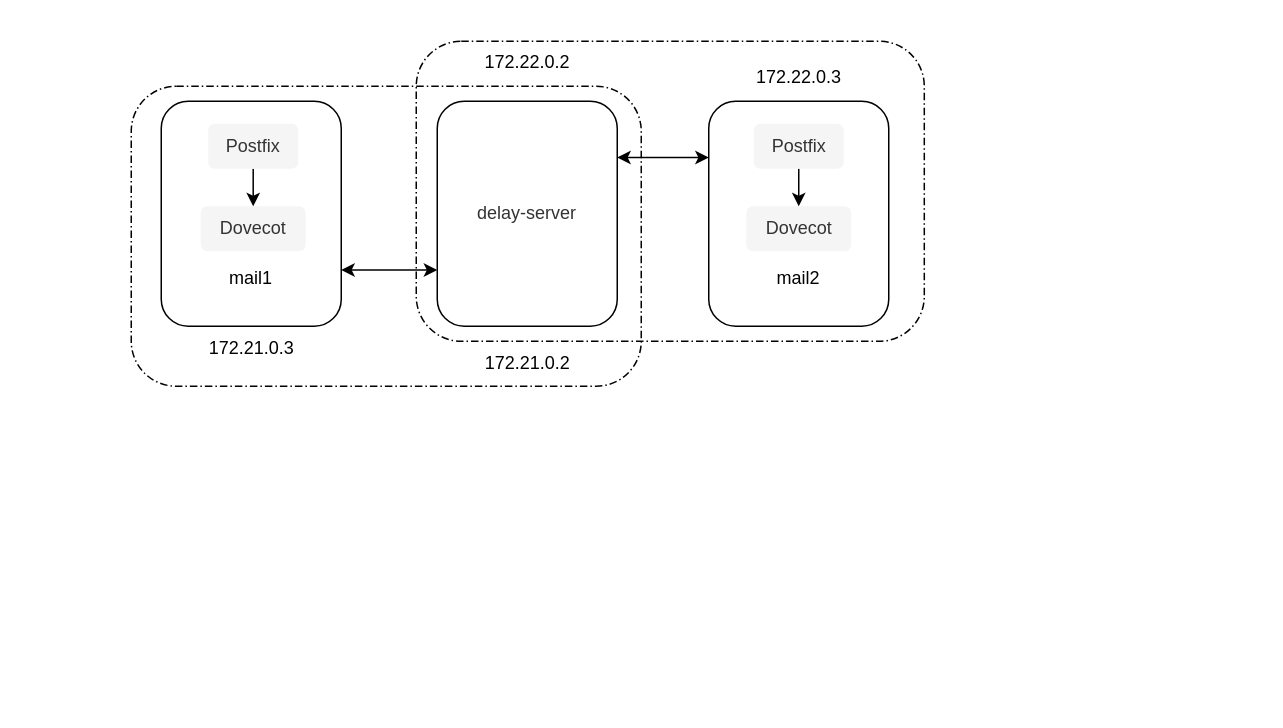
Before: .assets/email-emulator.drawio in pandeng65536/Modern-Delay-Tolerant-Email, a draw.io diagram. Source tidied: cells renumbered, new cells numbered last; positions are measured from the earlier drawing's top-left corner, leaving out a move shared by most shapes. Both pictures are drawn from the tidied source at 150%, with x=0, y=0 at pixel (130, 40).
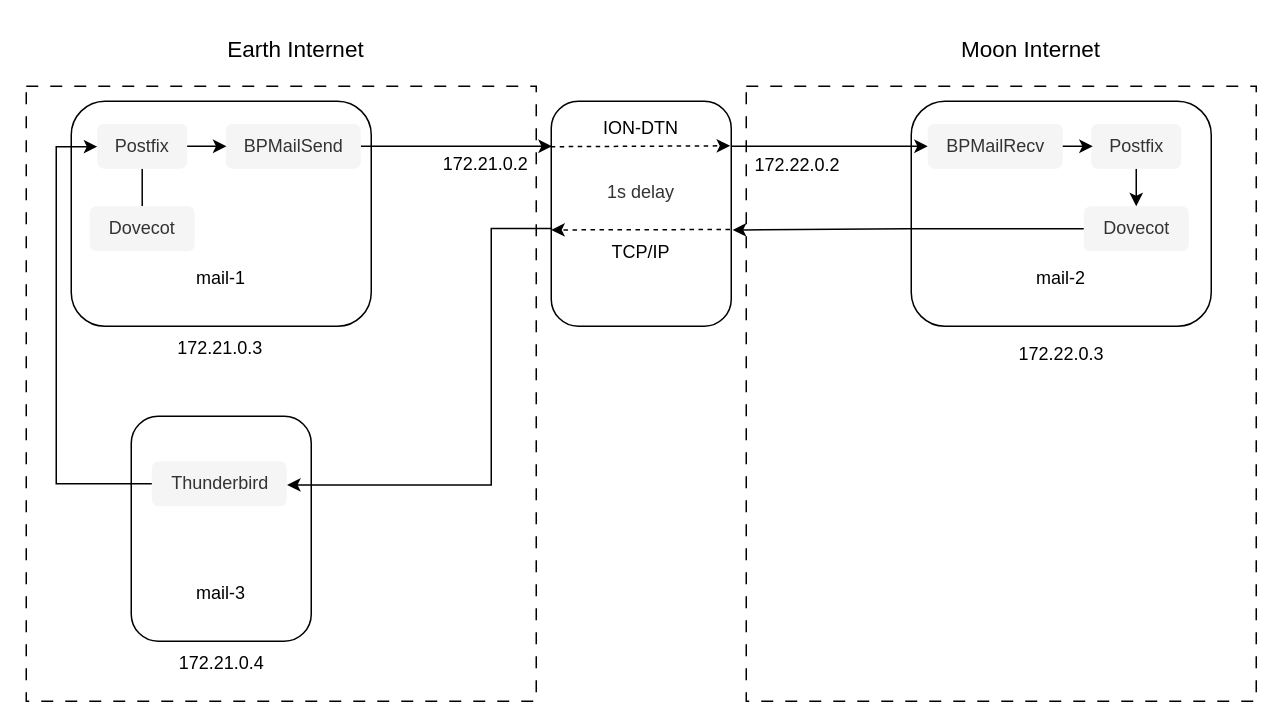
The same page after the edit.

The edit, as a diff of the source:
```diff
@@
-    <mxCell id="2" style="rounded=1;dashed=1;dashPattern=5 2 1 2;labelPosition=center;verticalLabelPosition=middle;align=center;verticalAlign=middle;fontSize=8;html=1;whiteSpace=wrap;fillColor=none;" parent="1" vertex="1">
-      <mxGeometry x="190" width="338.7" height="200" as="geometry" />
-    </mxCell>
+    <mxCell id="19" style="rounded=0;whiteSpace=wrap;html=1;dashed=1;dashPattern=8 8;" parent="1" vertex="1">
+      <mxGeometry x="410" y="30" width="340" height="410" as="geometry" />
+    </mxCell>
+    <mxCell id="20" style="rounded=0;whiteSpace=wrap;html=1;dashed=1;dashPattern=8 8;" parent="1" vertex="1">
+      <mxGeometry x="-70" y="30" width="340" height="410" as="geometry" />
+    </mxCell>
-    <mxCell id="3" value="&lt;div&gt;&lt;br&gt;&lt;/div&gt;&lt;div&gt;&lt;br&gt;&lt;/div&gt;&lt;div&gt;&lt;br&gt;&lt;/div&gt;&lt;div&gt;&lt;br&gt;&lt;/div&gt;&lt;div&gt;&lt;br&gt;&lt;/div&gt;&lt;div&gt;&lt;br&gt;&lt;/div&gt;&lt;div&gt;mail2&lt;/div&gt;" style="rounded=1;whiteSpace=wrap;html=1;" parent="1" vertex="1">
-      <mxGeometry x="385" y="40" width="120" height="150" as="geometry" />
+    <mxCell id="3" value="&lt;div&gt;&lt;br&gt;&lt;/div&gt;&lt;div&gt;&lt;br&gt;&lt;/div&gt;&lt;div&gt;&lt;br&gt;&lt;/div&gt;&lt;div&gt;&lt;br&gt;&lt;/div&gt;&lt;div&gt;&lt;br&gt;&lt;/div&gt;&lt;div&gt;&lt;br&gt;&lt;/div&gt;&lt;div&gt;mail-2&lt;/div&gt;" style="rounded=1;whiteSpace=wrap;html=1;" parent="1" vertex="1">
+      <mxGeometry x="520" y="40" width="200" height="150" as="geometry" />
     </mxCell>
-    <mxCell id="4" style="rounded=1;dashed=1;dashPattern=5 2 1 2;labelPosition=center;verticalLabelPosition=middle;align=center;verticalAlign=middle;fontSize=8;html=1;whiteSpace=wrap;fillColor=none;" parent="1" vertex="1">
-      <mxGeometry y="30" width="340" height="200" as="geometry" />
-    </mxCell>
-    <mxCell id="5" style="edgeStyle=orthogonalEdgeStyle;rounded=0;jettySize=auto;html=1;exitX=1;exitY=0.75;exitDx=0;exitDy=0;entryX=0;entryY=0.75;entryDx=0;entryDy=0;startArrow=classic;startFill=1;" parent="1" edge="1" source="6" target="14">
-      <mxGeometry relative="1" as="geometry" />
-    </mxCell>
-    <mxCell id="6" value="&lt;div&gt;&lt;br&gt;&lt;/div&gt;&lt;div&gt;&lt;br&gt;&lt;/div&gt;&lt;div&gt;&lt;br&gt;&lt;/div&gt;&lt;div&gt;&lt;br&gt;&lt;/div&gt;&lt;div&gt;&lt;br&gt;&lt;/div&gt;&lt;div&gt;&lt;br&gt;&lt;/div&gt;&lt;div&gt;mail1&lt;/div&gt;" style="rounded=1;whiteSpace=wrap;html=1;" parent="1" vertex="1">
-      <mxGeometry x="20" y="40" width="120" height="150" as="geometry" />
+    <mxCell id="6" value="&lt;div&gt;&lt;br&gt;&lt;/div&gt;&lt;div&gt;&lt;br&gt;&lt;/div&gt;&lt;div&gt;&lt;br&gt;&lt;/div&gt;&lt;div&gt;&lt;br&gt;&lt;/div&gt;&lt;div&gt;&lt;br&gt;&lt;/div&gt;&lt;div&gt;&lt;br&gt;&lt;/div&gt;&lt;div&gt;mail-1&lt;/div&gt;" style="rounded=1;whiteSpace=wrap;html=1;" parent="1" vertex="1">
+      <mxGeometry x="-40" y="40" width="200" height="150" as="geometry" />
     </mxCell>
+    <mxCell id="21" style="edgeStyle=orthogonalEdgeStyle;rounded=0;jettySize=auto;html=1;endArrow=none;endFill=0;" parent="1" edge="1" source="7" target="9">
+      <mxGeometry relative="1" as="geometry" />
+    </mxCell>
     <mxCell id="7" value="Dovecot" style="text;html=1;align=center;verticalAlign=middle;points=[];strokeColor=none;fillColor=#f5f5f5;fontColor=#333333;rounded=1;" parent="1" vertex="1">
-      <mxGeometry x="46.3" y="110" width="70" height="30" as="geometry" />
+      <mxGeometry x="-27.7" y="110" width="70" height="30" as="geometry" />
     </mxCell>
-    <mxCell id="8" style="edgeStyle=orthogonalEdgeStyle;rounded=0;jettySize=auto;html=1;" parent="1" edge="1" source="9" target="7">
-      <mxGeometry relative="1" as="geometry" />
-    </mxCell>
     <mxCell id="9" value="&lt;div&gt;Postfix&lt;/div&gt;" style="text;html=1;align=center;verticalAlign=middle;points=[];strokeColor=none;fillColor=#f5f5f5;fontColor=#333333;rounded=1;" parent="1" vertex="1">
-      <mxGeometry x="51.3" y="55" width="60" height="30" as="geometry" />
+      <mxGeometry x="-22.7" y="55" width="60" height="30" as="geometry" />
     </mxCell>
     <mxCell id="10" value="Dovecot" style="text;html=1;align=center;verticalAlign=middle;points=[];strokeColor=none;fillColor=#f5f5f5;fontColor=#333333;rounded=1;" parent="1" vertex="1">
-      <mxGeometry x="410" y="110" width="70" height="30" as="geometry" />
+      <mxGeometry x="635" y="110" width="70" height="30" as="geometry" />
     </mxCell>
@@
     <mxCell id="12" value="&lt;div&gt;Postfix&lt;/div&gt;" style="text;html=1;align=center;verticalAlign=middle;points=[];strokeColor=none;fillColor=#f5f5f5;fontColor=#333333;rounded=1;" parent="1" vertex="1">
-      <mxGeometry x="415" y="55" width="60" height="30" as="geometry" />
+      <mxGeometry x="640" y="55" width="60" height="30" as="geometry" />
     </mxCell>
-    <mxCell id="13" style="edgeStyle=orthogonalEdgeStyle;rounded=0;jettySize=auto;html=1;exitX=1;exitY=0.25;exitDx=0;exitDy=0;entryX=0;entryY=0.25;entryDx=0;entryDy=0;startArrow=classic;startFill=1;" parent="1" edge="1" source="14" target="3">
-      <mxGeometry relative="1" as="geometry" />
-    </mxCell>
-    <mxCell id="14" value="&lt;span style=&quot;color: rgb(51, 51, 51); text-wrap-mode: nowrap;&quot;&gt;delay-server&lt;/span&gt;" style="rounded=1;whiteSpace=wrap;html=1;" parent="1" vertex="1">
-      <mxGeometry x="204" y="40" width="120" height="150" as="geometry" />
+    <mxCell id="14" value="&lt;span style=&quot;color: rgb(51, 51, 51); text-wrap-mode: nowrap;&quot;&gt;1&lt;/span&gt;&lt;span style=&quot;color: light-dark(rgb(51, 51, 51), rgb(193, 193, 193)); text-wrap-mode: nowrap; background-color: transparent;&quot;&gt;s delay&lt;/span&gt;&lt;div&gt;&lt;div&gt;&lt;span style=&quot;color: rgb(51, 51, 51); text-wrap-mode: nowrap;&quot;&gt;&lt;br&gt;&lt;/span&gt;&lt;/div&gt;&lt;/div&gt;&lt;div&gt;&lt;span style=&quot;color: rgb(51, 51, 51); text-wrap-mode: nowrap;&quot;&gt;&lt;br&gt;&lt;/span&gt;&lt;/div&gt;" style="rounded=1;whiteSpace=wrap;html=1;" parent="1" vertex="1">
+      <mxGeometry x="280" y="40" width="120" height="150" as="geometry" />
     </mxCell>
     <mxCell id="15" value="172.21.0.3" style="text;html=1;align=center;verticalAlign=middle;strokeColor=none;fillColor=none;" parent="1" vertex="1">
-      <mxGeometry x="40" y="190" width="80" height="30" as="geometry" />
+      <mxGeometry x="18.7" y="190" width="80" height="30" as="geometry" />
     </mxCell>
     <mxCell id="16" value="172.22.0.3" style="text;whiteSpace=wrap;" parent="1" vertex="1">
-      <mxGeometry x="415" y="10" width="60" height="20" as="geometry" />
+      <mxGeometry x="590" y="195" width="60" height="20" as="geometry" />
     </mxCell>
     <mxCell id="17" value="172.22.0.2" style="text;whiteSpace=wrap;" parent="1" vertex="1">
-      <mxGeometry x="234" width="60" height="20" as="geometry" />
+      <mxGeometry x="414" y="69" width="60" height="20" as="geometry" />
     </mxCell>
     <mxCell id="18" value="172.21.0.2" style="text;html=1;align=center;verticalAlign=middle;strokeColor=none;fillColor=none;" parent="1" vertex="1">
-      <mxGeometry x="224" y="200" width="80" height="30" as="geometry" />
+      <mxGeometry x="196" y="67" width="80" height="30" as="geometry" />
     </mxCell>
+    <mxCell id="22" value="&lt;div&gt;&lt;br&gt;&lt;/div&gt;&lt;div&gt;&lt;br&gt;&lt;/div&gt;&lt;div&gt;&lt;br&gt;&lt;/div&gt;&lt;div&gt;&lt;br&gt;&lt;/div&gt;&lt;div&gt;&lt;br&gt;&lt;/div&gt;&lt;div&gt;&lt;br&gt;&lt;/div&gt;&lt;div&gt;mail-3&lt;/div&gt;" style="rounded=1;whiteSpace=wrap;html=1;" parent="1" vertex="1">
+      <mxGeometry y="250" width="120" height="150" as="geometry" />
+    </mxCell>
+    <mxCell id="23" value="Thunderbird" style="text;html=1;align=center;verticalAlign=middle;points=[];strokeColor=none;fillColor=#f5f5f5;fontColor=#333333;rounded=1;" parent="1" vertex="1">
+      <mxGeometry x="13.7" y="280" width="90" height="30" as="geometry" />
+    </mxCell>
+    <mxCell id="24" style="edgeStyle=orthogonalEdgeStyle;rounded=0;jettySize=auto;html=1;entryX=0.001;entryY=0.509;entryDx=0;entryDy=0;entryPerimeter=0;" parent="1" edge="1" source="23" target="9">
+      <mxGeometry relative="1" as="geometry">
+        <Array as="points">
+          <mxPoint x="-50" y="295" />
+          <mxPoint x="-50" y="70" />
+        </Array>
+      </mxGeometry>
+    </mxCell>
+    <mxCell id="25" value="172.21.0.4" style="text;html=1;align=center;verticalAlign=middle;strokeColor=none;fillColor=none;" parent="1" vertex="1">
+      <mxGeometry x="20" y="400" width="80" height="30" as="geometry" />
+    </mxCell>
+    <mxCell id="26" style="endArrow=classic;html=1;rounded=0;exitX=-0.003;exitY=0.202;exitDx=0;exitDy=0;exitPerimeter=0;entryX=0.994;entryY=0.198;entryDx=0;entryDy=0;entryPerimeter=0;dashed=1;elbow=horizontal;" parent="1" edge="1" source="14" target="14">
+      <mxGeometry relative="1" as="geometry" />
+    </mxCell>
+    <mxCell id="27" style="edgeStyle=orthogonalEdgeStyle;rounded=0;jettySize=auto;html=1;entryX=1.008;entryY=0.572;entryDx=0;entryDy=0;entryPerimeter=0;" parent="1" edge="1" source="10" target="14">
+      <mxGeometry relative="1" as="geometry" />
+    </mxCell>
+    <mxCell id="28" style="endArrow=classic;html=1;rounded=0;exitX=0.993;exitY=0.57;exitDx=0;exitDy=0;exitPerimeter=0;entryX=0;entryY=0.572;entryDx=0;entryDy=0;entryPerimeter=0;dashed=1;" parent="1" edge="1" source="14" target="14">
+      <mxGeometry relative="1" as="geometry" />
+    </mxCell>
+    <mxCell id="29" style="edgeStyle=orthogonalEdgeStyle;rounded=0;jettySize=auto;html=1;entryX=1.002;entryY=0.526;entryDx=0;entryDy=0;entryPerimeter=0;exitX=0.005;exitY=0.566;exitDx=0;exitDy=0;exitPerimeter=0;" parent="1" edge="1" source="14" target="23">
+      <mxGeometry relative="1" as="geometry">
+        <Array as="points">
+          <mxPoint x="240" y="125" />
+          <mxPoint x="240" y="296" />
+        </Array>
+      </mxGeometry>
+    </mxCell>
+    <mxCell id="30" style="edgeStyle=orthogonalEdgeStyle;rounded=0;jettySize=auto;html=1;" parent="1" edge="1" source="31">
+      <mxGeometry relative="1" as="geometry">
+        <mxPoint x="280.4" y="70" as="targetPoint" />
+      </mxGeometry>
+    </mxCell>
+    <mxCell id="31" value="&lt;div&gt;BPMailSend&lt;/div&gt;" style="text;html=1;align=center;verticalAlign=middle;points=[];strokeColor=none;fillColor=#f5f5f5;fontColor=#333333;rounded=1;" parent="1" vertex="1">
+      <mxGeometry x="63" y="55" width="90" height="30" as="geometry" />
+    </mxCell>
+    <mxCell id="32" style="edgeStyle=orthogonalEdgeStyle;rounded=0;jettySize=auto;html=1;endArrow=none;endFill=0;startArrow=classic;startFill=1;" parent="1" edge="1" source="33">
+      <mxGeometry relative="1" as="geometry">
+        <mxPoint x="400" y="70" as="targetPoint" />
+      </mxGeometry>
+    </mxCell>
+    <mxCell id="33" value="&lt;div&gt;BPMailRecv&lt;/div&gt;" style="text;html=1;align=center;verticalAlign=middle;points=[];strokeColor=none;fillColor=#f5f5f5;fontColor=#333333;rounded=1;" parent="1" vertex="1">
+      <mxGeometry x="531" y="55" width="90" height="30" as="geometry" />
+    </mxCell>
+    <mxCell id="34" style="edgeStyle=orthogonalEdgeStyle;rounded=0;jettySize=auto;html=1;entryX=0.005;entryY=0.5;entryDx=0;entryDy=0;entryPerimeter=0;" parent="1" edge="1" source="9" target="31">
+      <mxGeometry relative="1" as="geometry" />
+    </mxCell>
+    <mxCell id="35" style="edgeStyle=orthogonalEdgeStyle;rounded=0;jettySize=auto;html=1;entryX=0.012;entryY=0.497;entryDx=0;entryDy=0;entryPerimeter=0;" parent="1" edge="1" source="33" target="12">
+      <mxGeometry relative="1" as="geometry" />
+    </mxCell>
+    <mxCell id="36" value="&lt;font style=&quot;font-size: 15px;&quot;&gt;Earth Internet&lt;/font&gt;" style="text;html=1;align=center;verticalAlign=middle;whiteSpace=wrap;rounded=0;" parent="1" vertex="1">
+      <mxGeometry x="60" y="-10" width="100" height="30" as="geometry" />
+    </mxCell>
+    <mxCell id="37" value="&lt;font style=&quot;font-size: 15px;&quot;&gt;Moon Internet&lt;/font&gt;" style="text;html=1;align=center;verticalAlign=middle;whiteSpace=wrap;rounded=0;" parent="1" vertex="1">
+      <mxGeometry x="550" y="-10" width="100" height="30" as="geometry" />
+    </mxCell>
+    <mxCell id="38" value="ION-DTN" style="text;html=1;align=center;verticalAlign=middle;whiteSpace=wrap;rounded=0;" parent="1" vertex="1">
+      <mxGeometry x="310" y="43" width="60" height="30" as="geometry" />
+    </mxCell>
+    <mxCell id="39" value="TCP/IP" style="text;html=1;align=center;verticalAlign=middle;whiteSpace=wrap;rounded=0;" parent="1" vertex="1">
+      <mxGeometry x="310" y="126" width="60" height="30" as="geometry" />
+    </mxCell>
```
